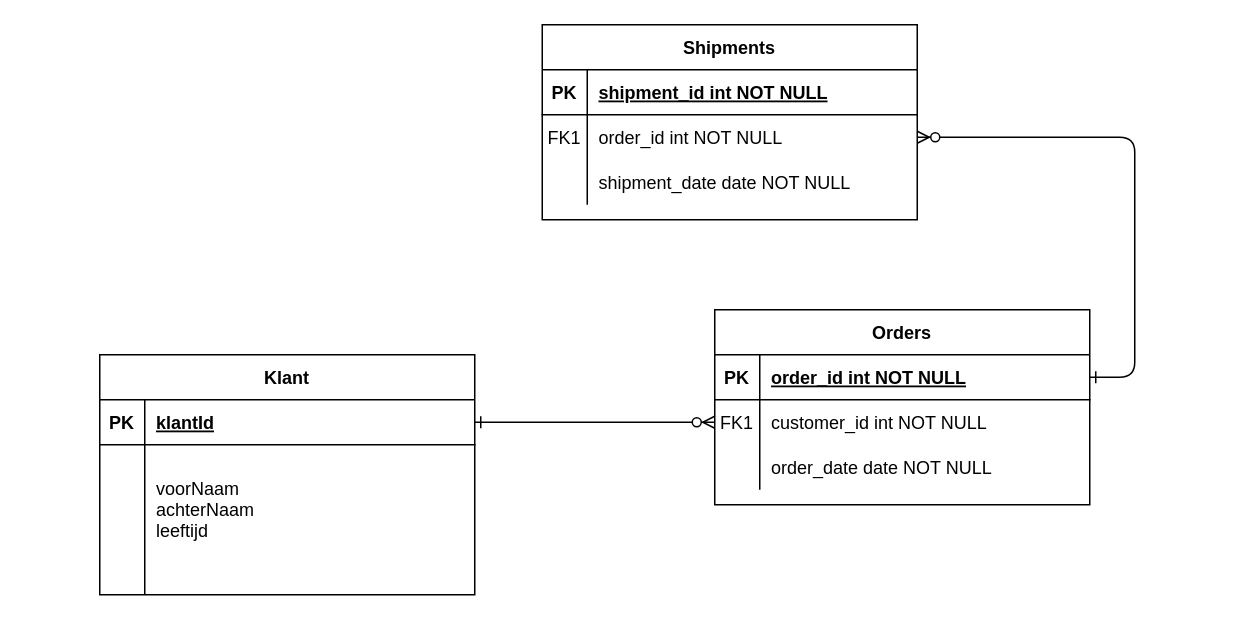
The draw.io diagram opdracht-c4-informatica.drawio in DDE-64-bit/Informatica-Social, before the edit. Source tidied: cells renumbered, new cells numbered last; positions are measured from the earlier drawing's top-left corner, leaving out a move shared by most shapes. Both pictures are drawn from the tidied source at 150%, with x=0, y=0 at pixel (99, 24).
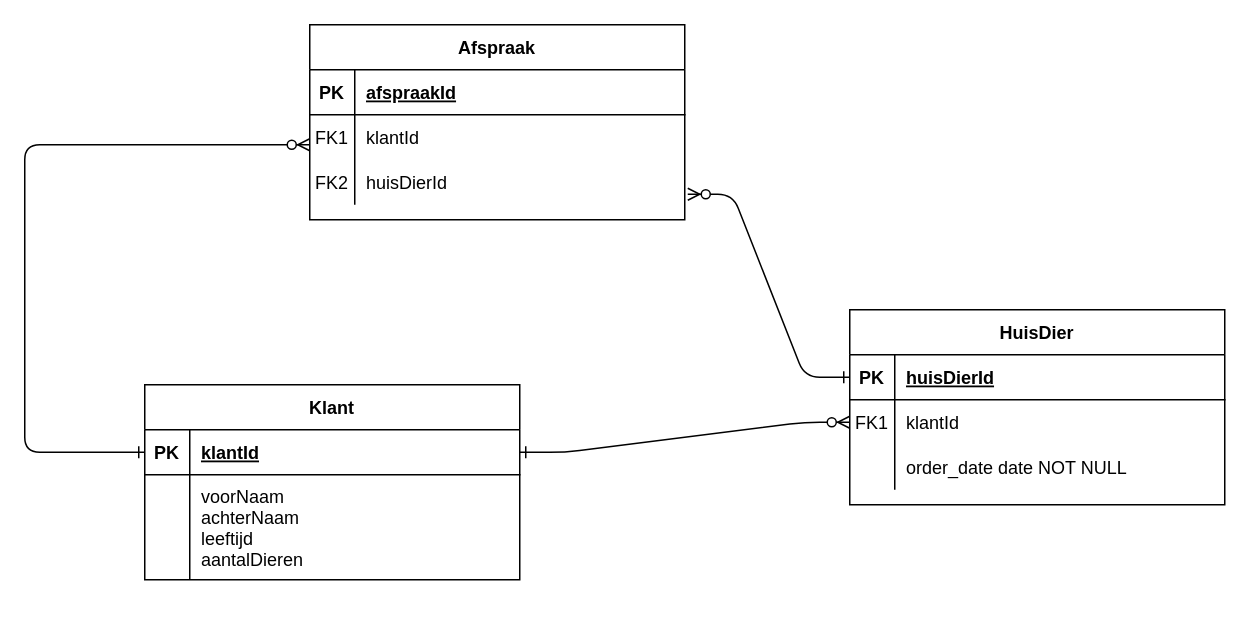
The same diagram, later.

The change refers to these unchanged cells:
```xml
<mxCell id="5" style="shape=partialRectangle;fillColor=none;points=[[0,0.5],[1,0.5]];portConstraint=eastwest;top=0;left=0;right=0;bottom=1;" parent="4" vertex="1">
  <mxGeometry y="30" width="250" height="30" as="geometry" />
</mxCell>
<mxCell id="8" style="shape=partialRectangle;fillColor=none;points=[[0,0.5],[1,0.5]];portConstraint=eastwest;top=0;left=0;right=0;bottom=0;" parent="4" vertex="1">
  <mxGeometry y="60" width="250" height="30" as="geometry" />
</mxCell>
<mxCell id="15" style="shape=partialRectangle;fillColor=none;top=0;left=0;right=0;bottom=1;" parent="14" vertex="1">
  <mxGeometry y="30" width="250" height="30" as="geometry" />
</mxCell>
<mxCell id="18" style="shape=partialRectangle;fillColor=none;points=[[0,0.5],[1,0.5]];portConstraint=eastwest;top=0;left=0;right=0;bottom=0;" parent="14" vertex="1">
  <mxGeometry y="60" width="250" height="30" as="geometry" />
</mxCell>
<mxCell id="21" style="shape=partialRectangle;fillColor=none;points=[[0,0.5],[1,0.5]];portConstraint=eastwest;top=0;left=0;right=0;bottom=0;" parent="14" vertex="1">
  <mxGeometry y="90" width="250" height="30" as="geometry" />
</mxCell>
<mxCell id="25" style="shape=partialRectangle;fillColor=none;points=[[0,0.5],[1,0.5]];portConstraint=eastwest;top=0;left=0;right=0;bottom=1;" parent="24" vertex="1">
  <mxGeometry y="30" width="250" height="30" as="geometry" />
</mxCell>
```

Change to the diagram source:
```diff
@@
-    <mxCell id="3" style="edgeStyle=entityRelationEdgeStyle;endArrow=ERzeroToMany;startArrow=ERone;endFill=1;startFill=0;" parent="1" edge="1" source="5" target="18">
-      <mxGeometry relative="1" as="geometry" />
+    <mxCell id="3" style="edgeStyle=entityRelationEdgeStyle;endArrow=ERzeroToMany;startArrow=ERone;endFill=1;startFill=0;entryX=1.008;entryY=0.767;entryDx=0;entryDy=0;entryPerimeter=0;" parent="1" edge="1" source="5" target="21">
+      <mxGeometry relative="1" as="geometry">
+        <Array as="points">
+          <mxPoint x="340" y="110" />
+        </Array>
+      </mxGeometry>
     </mxCell>
-    <mxCell id="4" value="Orders" style="shape=table;startSize=30;childLayout=tableLayout;rowLines=0;fontStyle=1;align=center;" parent="1" vertex="1">
-      <mxGeometry x="410" y="190" width="250" height="130" as="geometry" />
+    <mxCell id="4" value="HuisDier" style="shape=table;startSize=30;childLayout=tableLayout;rowLines=0;fontStyle=1;align=center;" parent="1" vertex="1">
+      <mxGeometry x="500" y="190" width="250" height="130" as="geometry" />
     </mxCell>
@@
-    <mxCell id="7" value="order_id int NOT NULL " style="shape=partialRectangle;overflow=hidden;fillColor=none;top=0;left=0;bottom=0;right=0;align=left;spacingLeft=6;fontStyle=5;" parent="5" vertex="1">
+    <mxCell id="7" value="huisDierId" style="shape=partialRectangle;overflow=hidden;fillColor=none;top=0;left=0;bottom=0;right=0;align=left;spacingLeft=6;fontStyle=5;" parent="5" vertex="1">
       <mxGeometry x="30" width="220" height="30" as="geometry" />
     </mxCell>
@@
-    <mxCell id="10" value="customer_id int NOT NULL" style="shape=partialRectangle;overflow=hidden;fillColor=none;top=0;left=0;bottom=0;right=0;align=left;spacingLeft=6;" parent="8" vertex="1">
+    <mxCell id="10" value="klantId" style="shape=partialRectangle;overflow=hidden;fillColor=none;top=0;left=0;bottom=0;right=0;align=left;spacingLeft=6;" parent="8" vertex="1">
       <mxGeometry x="30" width="220" height="30" as="geometry" />
     </mxCell>
@@
-    <mxCell id="14" value="Shipments" style="shape=table;startSize=30;childLayout=tableLayout;rowLines=0;fontStyle=1;align=center;" parent="1" vertex="1">
-      <mxGeometry x="295" width="250" height="130" as="geometry" />
+    <mxCell id="14" value="Afspraak" style="shape=table;startSize=30;childLayout=tableLayout;rowLines=0;fontStyle=1;align=center;" parent="1" vertex="1">
+      <mxGeometry x="140" width="250" height="130" as="geometry" />
     </mxCell>
@@
-    <mxCell id="17" value="shipment_id int NOT NULL " style="shape=partialRectangle;overflow=hidden;fillColor=none;top=0;left=0;bottom=0;right=0;align=left;spacingLeft=6;fontStyle=5;" parent="15" vertex="1">
+    <mxCell id="17" value="afspraakId" style="shape=partialRectangle;overflow=hidden;fillColor=none;top=0;left=0;bottom=0;right=0;align=left;spacingLeft=6;fontStyle=5;" parent="15" vertex="1">
       <mxGeometry x="30" width="220" height="30" as="geometry" />
     </mxCell>
@@
-    <mxCell id="20" value="order_id int NOT NULL" style="shape=partialRectangle;overflow=hidden;fillColor=none;top=0;left=0;bottom=0;right=0;align=left;spacingLeft=6;" parent="18" vertex="1">
+    <mxCell id="20" value="klantId" style="shape=partialRectangle;overflow=hidden;fillColor=none;top=0;left=0;bottom=0;right=0;align=left;spacingLeft=6;" parent="18" vertex="1">
       <mxGeometry x="30" width="220" height="30" as="geometry" />
     </mxCell>
@@
-    <mxCell id="22" style="shape=partialRectangle;overflow=hidden;fillColor=none;top=0;left=0;bottom=0;right=0;" parent="21" vertex="1">
+    <mxCell id="22" value="FK2" style="shape=partialRectangle;overflow=hidden;fillColor=none;top=0;left=0;bottom=0;right=0;" parent="21" vertex="1">
       <mxGeometry width="30" height="30" as="geometry" />
     </mxCell>
-    <mxCell id="23" value="shipment_date date NOT NULL" style="shape=partialRectangle;overflow=hidden;fillColor=none;top=0;left=0;bottom=0;right=0;align=left;spacingLeft=6;" parent="21" vertex="1">
+    <mxCell id="23" value="huisDierId" style="shape=partialRectangle;overflow=hidden;fillColor=none;top=0;left=0;bottom=0;right=0;align=left;spacingLeft=6;" parent="21" vertex="1">
       <mxGeometry x="30" width="220" height="30" as="geometry" />
     </mxCell>
     <mxCell id="24" value="Klant" style="shape=table;startSize=30;childLayout=tableLayout;rowLines=0;fontStyle=1;align=center;" parent="1" vertex="1">
-      <mxGeometry y="220" width="250" height="160" as="geometry" />
+      <mxGeometry x="30" y="240" width="250" height="130" as="geometry" />
     </mxCell>
@@
     <mxCell id="28" style="shape=partialRectangle;fillColor=none;top=0;left=0;right=0;bottom=0;" parent="24" vertex="1">
-      <mxGeometry y="60" width="250" height="100" as="geometry" />
+      <mxGeometry y="60" width="250" height="70" as="geometry" />
     </mxCell>
     <mxCell id="29" style="shape=partialRectangle;overflow=hidden;fillColor=none;top=0;left=0;bottom=0;right=0;" parent="28" vertex="1">
-      <mxGeometry width="30" height="100" as="geometry" />
+      <mxGeometry width="30" height="70" as="geometry" />
     </mxCell>
-    <mxCell id="30" value="voorNaam&#10;achterNaam&#10;leeftijd&#10;" style="shape=partialRectangle;overflow=hidden;fillColor=none;top=0;left=0;bottom=0;right=0;align=left;spacingLeft=6;" parent="28" vertex="1">
-      <mxGeometry x="30" width="220" height="100" as="geometry" />
+    <mxCell id="30" value="voorNaam&#10;achterNaam&#10;leeftijd&#10;aantalDieren" style="shape=partialRectangle;overflow=hidden;fillColor=none;top=0;left=0;bottom=0;right=0;align=left;spacingLeft=6;" parent="28" vertex="1">
+      <mxGeometry x="30" width="220" height="70" as="geometry" />
     </mxCell>
+    <mxCell id="31" style="edgeStyle=orthogonalEdgeStyle;endArrow=ERzeroToMany;startArrow=ERone;endFill=1;startFill=0;exitX=0;exitY=0.5;exitDx=0;exitDy=0;" parent="1" edge="1" source="25" target="18">
+      <mxGeometry relative="1" as="geometry">
+        <Array as="points">
+          <mxPoint x="-50" y="285" />
+          <mxPoint x="-50" y="80" />
+        </Array>
+      </mxGeometry>
+    </mxCell>
```
